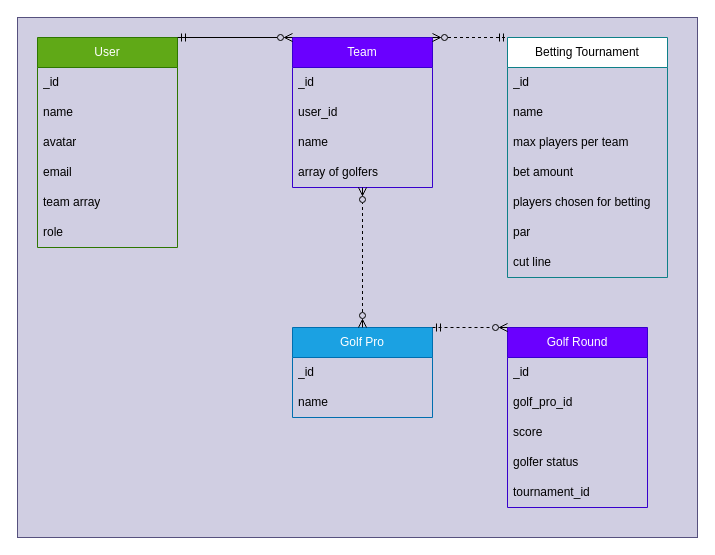
Earlier version of the draw.io diagram erd.drawio (LeepDev/project-2). Source tidied: cells renumbered, new cells numbered last; positions are measured from the earlier drawing's top-left corner, leaving out a move shared by most shapes. Both pictures are drawn from the tidied source at 100%, with x=0, y=0 at pixel (17, 17).
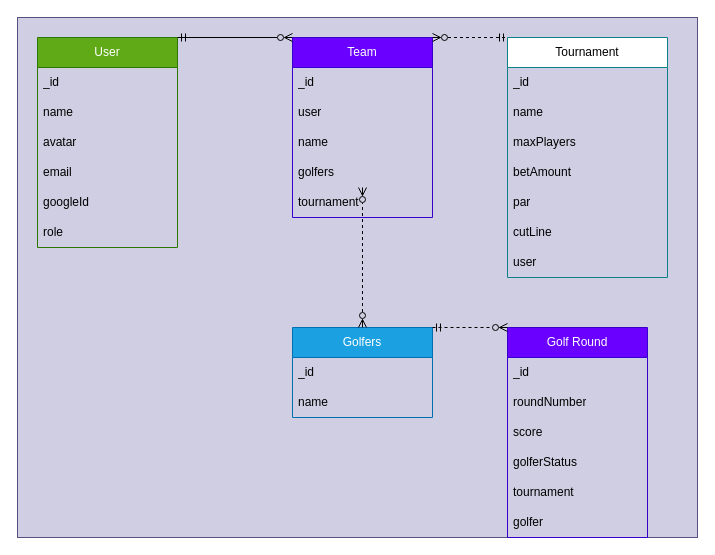
The same page after the edit.

The change refers to these unchanged cells:
```xml
<mxCell id="3" value="User" style="swimlane;fontStyle=0;horizontal=1;startSize=30;whiteSpace=wrap;html=1;fillColor=#60a917;fontColor=#ffffff;strokeColor=#2D7600;" parent="1" vertex="1">
  <mxGeometry x="20" y="20" width="140" height="210" as="geometry" />
</mxCell>
```

The edit, as a diff of the source:
```diff
@@
-    <mxCell id="8" value="team array" style="text;strokeColor=none;fillColor=none;align=left;verticalAlign=middle;spacingLeft=4;spacingRight=4;overflow=hidden;whiteSpace=wrap;html=1;" parent="3" vertex="1">
+    <mxCell id="8" value="googleId" style="text;strokeColor=none;fillColor=none;align=left;verticalAlign=middle;spacingLeft=4;spacingRight=4;overflow=hidden;whiteSpace=wrap;html=1;" parent="3" vertex="1">
       <mxGeometry y="150" width="140" height="30" as="geometry" />
     </mxCell>
@@
     <mxCell id="10" value="Team" style="swimlane;fontStyle=0;horizontal=1;startSize=30;whiteSpace=wrap;html=1;fillColor=#6a00ff;fontColor=#ffffff;strokeColor=#3700CC;" parent="1" vertex="1">
-      <mxGeometry x="275" y="20" width="140" height="150" as="geometry" />
+      <mxGeometry x="275" y="20" width="140" height="180" as="geometry" />
     </mxCell>
@@
-    <mxCell id="12" value="user_id" style="text;strokeColor=none;fillColor=none;align=left;verticalAlign=middle;spacingLeft=4;spacingRight=4;overflow=hidden;whiteSpace=wrap;html=1;" parent="10" vertex="1">
+    <mxCell id="12" value="user" style="text;strokeColor=none;fillColor=none;align=left;verticalAlign=middle;spacingLeft=4;spacingRight=4;overflow=hidden;whiteSpace=wrap;html=1;" parent="10" vertex="1">
       <mxGeometry y="60" width="140" height="30" as="geometry" />
     </mxCell>
@@
-    <mxCell id="14" value="array of golfers" style="text;strokeColor=none;fillColor=none;align=left;verticalAlign=middle;spacingLeft=4;spacingRight=4;overflow=hidden;whiteSpace=wrap;html=1;" parent="10" vertex="1">
+    <mxCell id="14" value="golfers" style="text;strokeColor=none;fillColor=none;align=left;verticalAlign=middle;spacingLeft=4;spacingRight=4;overflow=hidden;whiteSpace=wrap;html=1;" parent="10" vertex="1">
       <mxGeometry y="120" width="140" height="30" as="geometry" />
     </mxCell>
+    <mxCell id="36" value="tournament" style="text;strokeColor=none;fillColor=none;align=left;verticalAlign=middle;spacingLeft=4;spacingRight=4;overflow=hidden;whiteSpace=wrap;html=1;" parent="10" vertex="1">
+      <mxGeometry y="150" width="140" height="30" as="geometry" />
+    </mxCell>
-    <mxCell id="15" value="Golf Pro" style="swimlane;fontStyle=0;horizontal=1;startSize=30;whiteSpace=wrap;html=1;fillColor=#1ba1e2;fontColor=#ffffff;strokeColor=#006EAF;fillStyle=auto;" parent="1" vertex="1">
+    <mxCell id="15" value="Golfers" style="swimlane;fontStyle=0;horizontal=1;startSize=30;whiteSpace=wrap;html=1;fillColor=#1ba1e2;fontColor=#ffffff;strokeColor=#006EAF;fillStyle=auto;" parent="1" vertex="1">
       <mxGeometry x="275" y="310" width="140" height="90" as="geometry" />
     </mxCell>
@@
-    <mxCell id="19" value="Betting Tournament" style="swimlane;fontStyle=0;horizontal=1;startSize=30;whiteSpace=wrap;html=1;fillColor=default;strokeColor=#0e8088;shadow=0;fillStyle=auto;gradientDirection=east;swimlaneFillColor=none;gradientColor=none;" parent="1" vertex="1">
+    <mxCell id="19" value="Tournament" style="swimlane;fontStyle=0;horizontal=1;startSize=30;whiteSpace=wrap;html=1;fillColor=default;strokeColor=#0e8088;shadow=0;fillStyle=auto;gradientDirection=east;swimlaneFillColor=none;gradientColor=none;" parent="1" vertex="1">
       <mxGeometry x="490" y="20" width="160" height="240" as="geometry" />
     </mxCell>
@@
-    <mxCell id="22" value="max players per team" style="text;strokeColor=none;fillColor=none;align=left;verticalAlign=middle;spacingLeft=4;spacingRight=4;overflow=hidden;whiteSpace=wrap;html=1;" parent="19" vertex="1">
+    <mxCell id="22" value="maxPlayers" style="text;strokeColor=none;fillColor=none;align=left;verticalAlign=middle;spacingLeft=4;spacingRight=4;overflow=hidden;whiteSpace=wrap;html=1;" parent="19" vertex="1">
       <mxGeometry y="90" width="160" height="30" as="geometry" />
     </mxCell>
-    <mxCell id="23" value="bet amount" style="text;strokeColor=none;fillColor=none;align=left;verticalAlign=middle;spacingLeft=4;spacingRight=4;overflow=hidden;whiteSpace=wrap;html=1;" parent="19" vertex="1">
+    <mxCell id="23" value="betAmount" style="text;strokeColor=none;fillColor=none;align=left;verticalAlign=middle;spacingLeft=4;spacingRight=4;overflow=hidden;whiteSpace=wrap;html=1;" parent="19" vertex="1">
       <mxGeometry y="120" width="160" height="30" as="geometry" />
     </mxCell>
-    <mxCell id="24" value="players chosen for betting" style="text;strokeColor=none;fillColor=none;align=left;verticalAlign=middle;spacingLeft=4;spacingRight=4;overflow=hidden;whiteSpace=wrap;html=1;" parent="19" vertex="1">
+    <mxCell id="24" value="par" style="text;strokeColor=none;fillColor=none;align=left;verticalAlign=middle;spacingLeft=4;spacingRight=4;overflow=hidden;whiteSpace=wrap;html=1;" parent="19" vertex="1">
       <mxGeometry y="150" width="160" height="30" as="geometry" />
     </mxCell>
-    <mxCell id="25" value="par" style="text;strokeColor=none;fillColor=none;align=left;verticalAlign=middle;spacingLeft=4;spacingRight=4;overflow=hidden;whiteSpace=wrap;html=1;" parent="19" vertex="1">
+    <mxCell id="25" value="cutLine" style="text;strokeColor=none;fillColor=none;align=left;verticalAlign=middle;spacingLeft=4;spacingRight=4;overflow=hidden;whiteSpace=wrap;html=1;" parent="19" vertex="1">
       <mxGeometry y="180" width="160" height="30" as="geometry" />
     </mxCell>
-    <mxCell id="26" value="cut line" style="text;strokeColor=none;fillColor=none;align=left;verticalAlign=middle;spacingLeft=4;spacingRight=4;overflow=hidden;whiteSpace=wrap;html=1;" parent="19" vertex="1">
+    <mxCell id="26" value="user" style="text;strokeColor=none;fillColor=none;align=left;verticalAlign=middle;spacingLeft=4;spacingRight=4;overflow=hidden;whiteSpace=wrap;html=1;" parent="19" vertex="1">
       <mxGeometry y="210" width="160" height="30" as="geometry" />
     </mxCell>
@@
     <mxCell id="29" value="Golf Round" style="swimlane;fontStyle=0;horizontal=1;startSize=30;whiteSpace=wrap;html=1;fillColor=#6a00ff;fontColor=#ffffff;strokeColor=#3700CC;fillStyle=auto;" parent="1" vertex="1">
-      <mxGeometry x="490" y="310" width="140" height="180" as="geometry" />
+      <mxGeometry x="490" y="310" width="140" height="210" as="geometry" />
     </mxCell>
@@
-    <mxCell id="31" value="golf_pro_id" style="text;strokeColor=none;fillColor=none;align=left;verticalAlign=middle;spacingLeft=4;spacingRight=4;overflow=hidden;whiteSpace=wrap;html=1;" parent="29" vertex="1">
+    <mxCell id="31" value="roundNumber" style="text;strokeColor=none;fillColor=none;align=left;verticalAlign=middle;spacingLeft=4;spacingRight=4;overflow=hidden;whiteSpace=wrap;html=1;" parent="29" vertex="1">
       <mxGeometry y="60" width="140" height="30" as="geometry" />
     </mxCell>
@@
-    <mxCell id="33" value="golfer status" style="text;strokeColor=none;fillColor=none;align=left;verticalAlign=middle;spacingLeft=4;spacingRight=4;overflow=hidden;whiteSpace=wrap;html=1;" parent="29" vertex="1">
+    <mxCell id="33" value="golferStatus" style="text;strokeColor=none;fillColor=none;align=left;verticalAlign=middle;spacingLeft=4;spacingRight=4;overflow=hidden;whiteSpace=wrap;html=1;" parent="29" vertex="1">
       <mxGeometry y="120" width="140" height="30" as="geometry" />
     </mxCell>
-    <mxCell id="34" value="tournament_id" style="text;strokeColor=none;fillColor=none;align=left;verticalAlign=middle;spacingLeft=4;spacingRight=4;overflow=hidden;whiteSpace=wrap;html=1;" parent="29" vertex="1">
+    <mxCell id="34" value="tournament" style="text;strokeColor=none;fillColor=none;align=left;verticalAlign=middle;spacingLeft=4;spacingRight=4;overflow=hidden;whiteSpace=wrap;html=1;" parent="29" vertex="1">
       <mxGeometry y="150" width="140" height="30" as="geometry" />
     </mxCell>
+    <mxCell id="37" value="golfer" style="text;strokeColor=none;fillColor=none;align=left;verticalAlign=middle;spacingLeft=4;spacingRight=4;overflow=hidden;whiteSpace=wrap;html=1;" parent="29" vertex="1">
+      <mxGeometry y="180" width="140" height="30" as="geometry" />
+    </mxCell>
```
